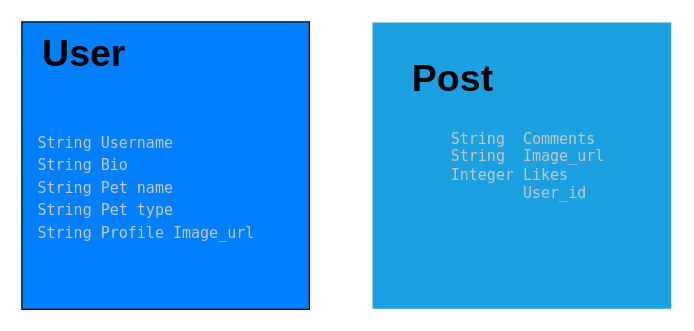
caraballomp/pet keeps this draw.io diagram as app.drawio. Above is the earlier version. Source tidied: cells renumbered, new cells numbered last; positions are measured from the earlier drawing's top-left corner, leaving out a move shared by most shapes. Both pictures are drawn from the tidied source at 125%, with x=0, y=0 at pixel (21, 21).
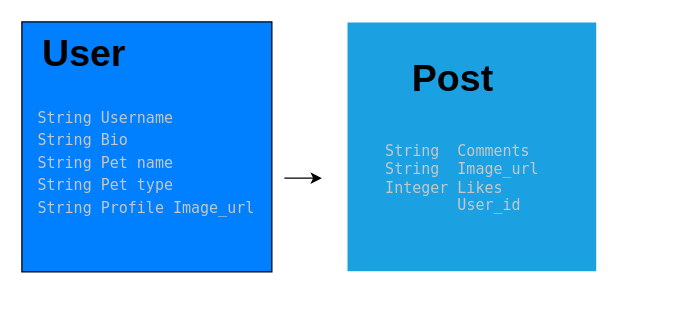
Above is the later version.

What changed in the source:
```diff
@@
 <mxGraphModel>
   <root>
     <mxCell id="0" />
     <mxCell id="1" parent="0" />
     <mxCell id="2" style="rounded=0;whiteSpace=wrap;html=1;fillColor=#1ba1e2;fontColor=#ffffff;strokeColor=#FFFFFF;labelBackgroundColor=default;labelBorderColor=#FFFFFF;" parent="1" vertex="1">
-      <mxGeometry x="280" width="240" height="230" as="geometry" />
+      <mxGeometry x="260" width="200" height="200" as="geometry" />
     </mxCell>
     <mxCell id="3" value="&lt;b&gt;&lt;font style=&quot;font-size: 30px&quot; color=&quot;#000000&quot;&gt;Post&lt;/font&gt;&lt;/b&gt;" style="text;html=1;strokeColor=none;fillColor=none;align=center;verticalAlign=middle;whiteSpace=wrap;rounded=0;" parent="1" vertex="1">
       <mxGeometry x="305" y="30" width="80" height="30" as="geometry" />
     </mxCell>
+    <mxCell id="8" style="edgeStyle=none;html=1;exitX=1;exitY=0.5;exitDx=0;exitDy=0;" parent="1" edge="1" source="7" target="4">
+      <mxGeometry relative="1" as="geometry" />
+    </mxCell>
     <mxCell id="4" value="&lt;div style=&quot;text-align: left ; color: rgb(197 , 200 , 198) ; font-family: &amp;#34;menlo&amp;#34; , &amp;#34;monaco&amp;#34; , &amp;#34;courier new&amp;#34; , monospace ; font-size: 12px ; font-style: normal ; font-weight: 400 ; letter-spacing: normal ; text-indent: 0px ; text-transform: none ; word-spacing: 0px&quot;&gt;String&amp;nbsp; Comments&lt;/div&gt;&lt;div style=&quot;text-align: left ; color: rgb(197 , 200 , 198) ; font-family: &amp;#34;menlo&amp;#34; , &amp;#34;monaco&amp;#34; , &amp;#34;courier new&amp;#34; , monospace ; font-size: 12px ; font-style: normal ; font-weight: 400 ; letter-spacing: normal ; text-indent: 0px ; text-transform: none ; word-spacing: 0px&quot;&gt;String&amp;nbsp; Image_url&lt;/div&gt;&lt;div style=&quot;text-align: left ; color: rgb(197 , 200 , 198) ; font-family: &amp;#34;menlo&amp;#34; , &amp;#34;monaco&amp;#34; , &amp;#34;courier new&amp;#34; , monospace ; font-size: 12px ; font-style: normal ; font-weight: 400 ; letter-spacing: normal ; text-indent: 0px ; text-transform: none ; word-spacing: 0px&quot;&gt;Integer Likes&lt;/div&gt;&lt;div style=&quot;color: rgb(197 , 200 , 198) ; font-family: &amp;#34;menlo&amp;#34; , &amp;#34;monaco&amp;#34; , &amp;#34;courier new&amp;#34; , monospace ; font-size: 12px ; font-style: normal ; font-weight: 400 ; letter-spacing: normal ; text-align: center ; text-indent: 0px ; text-transform: none ; word-spacing: 0px&quot;&gt;&amp;nbsp; &amp;nbsp; &amp;nbsp; User_id&lt;/div&gt;" style="text;html=1;strokeColor=none;fillColor=none;align=center;verticalAlign=middle;whiteSpace=wrap;rounded=0;fontSize=15;" parent="1" vertex="1">
-      <mxGeometry x="290" y="60" width="230" height="110" as="geometry" />
+      <mxGeometry x="240" y="70" width="225" height="110" as="geometry" />
     </mxCell>
     <mxCell id="5" value="&lt;div style=&quot;font-style: normal ; font-weight: 400 ; letter-spacing: normal ; text-indent: 0px ; text-transform: none ; word-spacing: 0px ; background-color: rgb(42 , 42 , 42) ; text-align: left ; color: rgb(197 , 200 , 198) ; font-family: &amp;#34;menlo&amp;#34; , &amp;#34;monaco&amp;#34; , &amp;#34;courier new&amp;#34; , monospace ; font-size: 12px&quot;&gt;&lt;br&gt;&lt;/div&gt;" style="whiteSpace=wrap;html=1;fontSize=15;fontColor=none;labelBackgroundColor=#3399FF;noLabel=1;labelBorderColor=#007FFF;fillColor=#007FFF;" parent="1" vertex="1">
-      <mxGeometry width="230" height="230" as="geometry" />
+      <mxGeometry width="200" height="200" as="geometry" />
     </mxCell>
     <mxCell id="6" value="&lt;b&gt;&lt;font style=&quot;font-size: 30px&quot; color=&quot;#000000&quot;&gt;User&lt;/font&gt;&lt;/b&gt;" style="text;html=1;strokeColor=none;fillColor=none;align=center;verticalAlign=middle;whiteSpace=wrap;rounded=0;" parent="1" vertex="1">
       <mxGeometry x="10" y="10" width="80" height="30" as="geometry" />
     </mxCell>
     <mxCell id="7" value="&lt;div style=&quot;font-style: normal ; font-weight: 400 ; letter-spacing: normal ; text-indent: 0px ; text-transform: none ; word-spacing: 0px ; text-align: left ; color: rgb(197 , 200 , 198) ; font-family: &amp;#34;menlo&amp;#34; , &amp;#34;monaco&amp;#34; , &amp;#34;courier new&amp;#34; , monospace ; font-size: 12px&quot;&gt;&lt;div style=&quot;font-family: &amp;#34;menlo&amp;#34; , &amp;#34;monaco&amp;#34; , &amp;#34;courier new&amp;#34; , monospace ; line-height: 18px&quot;&gt;&lt;div&gt;&lt;span style=&quot;background-color: rgb(0 , 127 , 255)&quot;&gt;String  Username&lt;/span&gt;&lt;/div&gt;&lt;div&gt;&lt;span style=&quot;background-color: rgb(0 , 127 , 255)&quot;&gt;String  Bio&lt;/span&gt;&lt;/div&gt;&lt;div&gt;&lt;span style=&quot;background-color: rgb(0 , 127 , 255)&quot;&gt;String  Pet name&lt;/span&gt;&lt;/div&gt;&lt;div&gt;&lt;span style=&quot;background-color: rgb(0 , 127 , 255)&quot;&gt;String  Pet type &lt;/span&gt;&lt;/div&gt;&lt;div&gt;&lt;span style=&quot;background-color: rgb(0 , 127 , 255)&quot;&gt;String  Profile Image_url  &lt;/span&gt;&lt;/div&gt;&lt;/div&gt;&lt;/div&gt;" style="text;whiteSpace=wrap;html=1;fontSize=15;fontColor=none;labelBorderColor=#007FFF;" parent="1" vertex="1">
-      <mxGeometry x="10" y="80" width="200" height="130" as="geometry" />
+      <mxGeometry x="10" y="60" width="200" height="130" as="geometry" />
     </mxCell>
   </root>
 </mxGraphModel>
```
